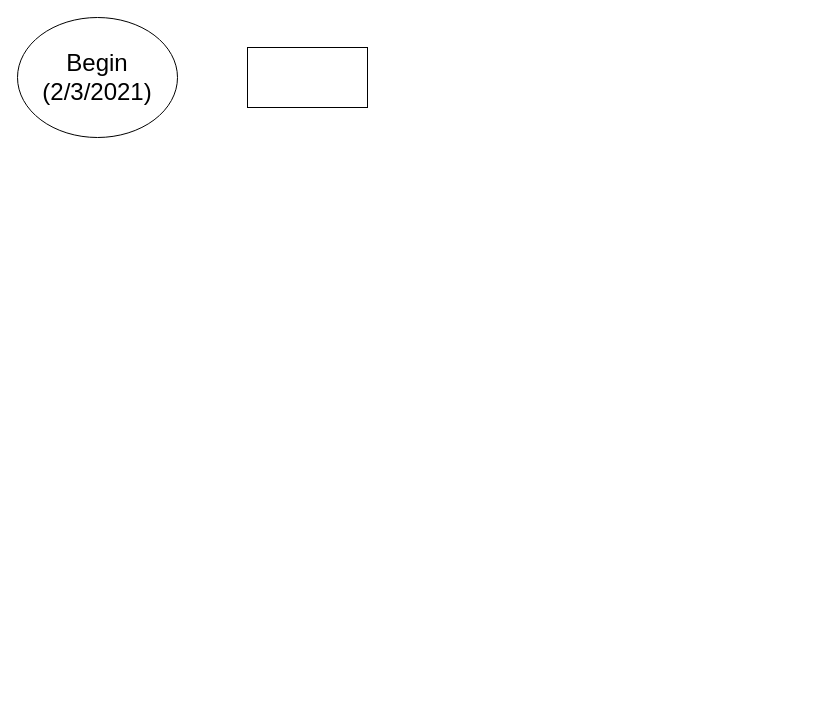
Before: Kế hoạch làm drone.drawio in thongleqwer/flowchart, a draw.io diagram. Source tidied: cells renumbered, new cells numbered last; positions are measured from the earlier drawing's top-left corner, leaving out a move shared by most shapes. Both pictures are drawn from the tidied source at 100%, with x=0, y=0 at pixel (17, 17).
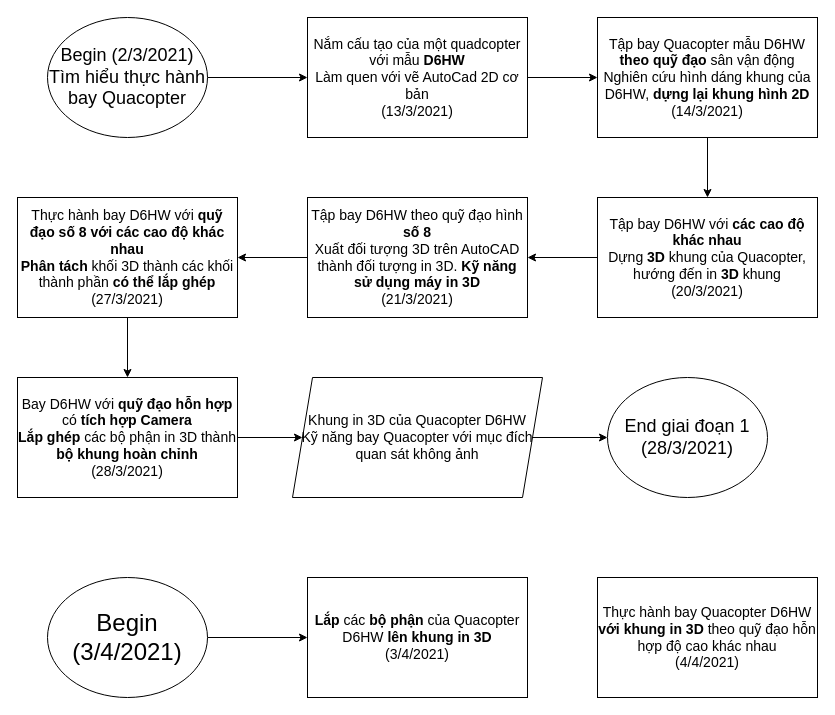
The same page after the edit.

Diff of the diagram source:
```diff
@@
+    <mxCell id="4" style="edgeStyle=orthogonalEdgeStyle;curved=0;rounded=1;sketch=0;jettySize=auto;html=1;exitX=1;exitY=0.5;exitDx=0;exitDy=0;entryX=0;entryY=0.5;entryDx=0;entryDy=0;" parent="1" edge="1" source="2" target="3">
+      <mxGeometry relative="1" as="geometry" />
+    </mxCell>
-    <mxCell id="2" value="&lt;font style=&quot;font-size: 24px&quot;&gt;Begin (2/3/2021)&lt;/font&gt;" style="ellipse;whiteSpace=wrap;html=1;" parent="1" vertex="1">
-      <mxGeometry width="160" height="120" as="geometry" />
+    <mxCell id="2" value="&lt;font&gt;&lt;font style=&quot;font-size: 18px&quot;&gt;Begin (2/3/2021)&lt;br&gt;Tìm hiểu thực hành bay Quacopter&lt;/font&gt;&lt;br&gt;&lt;/font&gt;" style="ellipse;whiteSpace=wrap;html=1;" parent="1" vertex="1">
+      <mxGeometry x="30" width="160" height="120" as="geometry" />
     </mxCell>
+    <mxCell id="5" style="edgeStyle=orthogonalEdgeStyle;curved=0;rounded=1;sketch=0;jettySize=auto;html=1;exitX=1;exitY=0.5;exitDx=0;exitDy=0;entryX=0;entryY=0.5;entryDx=0;entryDy=0;" parent="1" edge="1" source="3" target="7">
+      <mxGeometry relative="1" as="geometry" />
+    </mxCell>
-    <mxCell id="3" style="rounded=0;whiteSpace=wrap;html=1;" parent="1" vertex="1">
-      <mxGeometry x="230" y="30" width="120" height="60" as="geometry" />
+    <mxCell id="3" value="&lt;font style=&quot;font-size: 14px&quot;&gt;Nắm cấu tạo của một quadcopter với mẫu &lt;b&gt;D6HW&lt;/b&gt;&lt;br&gt;Làm quen với vẽ AutoCad 2D cơ bản&lt;br&gt;(13/3/2021)&lt;br&gt;&lt;/font&gt;" style="rounded=0;whiteSpace=wrap;html=1;" parent="1" vertex="1">
+      <mxGeometry x="290" width="220" height="120" as="geometry" />
     </mxCell>
+    <mxCell id="6" style="edgeStyle=orthogonalEdgeStyle;curved=0;rounded=1;sketch=0;jettySize=auto;html=1;exitX=0.5;exitY=1;exitDx=0;exitDy=0;entryX=0.5;entryY=0;entryDx=0;entryDy=0;" parent="1" edge="1" source="7" target="9">
+      <mxGeometry relative="1" as="geometry" />
+    </mxCell>
+    <mxCell id="7" value="&lt;font style=&quot;font-size: 14px&quot;&gt;Tập bay Quacopter mẫu D6HW &lt;b&gt;theo quỹ đạo&lt;/b&gt; sân vận động&lt;br&gt;Nghiên cứu hình dáng khung của D6HW, &lt;b&gt;dựng lại khung hình 2D&lt;/b&gt;&lt;br&gt;(14/3/2021)&lt;/font&gt;" style="rounded=0;whiteSpace=wrap;html=1;sketch=0;" parent="1" vertex="1">
+      <mxGeometry x="580" width="220" height="120" as="geometry" />
+    </mxCell>
+    <mxCell id="8" style="edgeStyle=orthogonalEdgeStyle;curved=0;rounded=1;sketch=0;jettySize=auto;html=1;exitX=0;exitY=0.5;exitDx=0;exitDy=0;entryX=1;entryY=0.5;entryDx=0;entryDy=0;" parent="1" edge="1" source="9" target="11">
+      <mxGeometry relative="1" as="geometry" />
+    </mxCell>
+    <mxCell id="9" value="&lt;font style=&quot;font-size: 14px&quot;&gt;Tập bay D6HW với &lt;b&gt;các cao độ khác nhau&lt;/b&gt;&lt;br&gt;Dựng &lt;b&gt;3D&lt;/b&gt; khung của Quacopter, hướng đến in &lt;b&gt;3D&lt;/b&gt; khung&lt;br&gt;(20/3/2021)&lt;/font&gt;" style="rounded=0;whiteSpace=wrap;html=1;sketch=0;" parent="1" vertex="1">
+      <mxGeometry x="580" y="180" width="220" height="120" as="geometry" />
+    </mxCell>
+    <mxCell id="10" style="edgeStyle=orthogonalEdgeStyle;curved=0;rounded=1;sketch=0;jettySize=auto;html=1;exitX=0;exitY=0.5;exitDx=0;exitDy=0;entryX=1;entryY=0.5;entryDx=0;entryDy=0;" parent="1" edge="1" source="11" target="13">
+      <mxGeometry relative="1" as="geometry" />
+    </mxCell>
+    <mxCell id="11" value="&lt;font style=&quot;font-size: 14px&quot;&gt;Tập bay D6HW theo quỹ đạo hình &lt;b&gt;số 8&lt;/b&gt;&lt;br&gt;Xuất đối tượng 3D trên AutoCAD thành đối tượng in 3D. &lt;b&gt;Kỹ năng sử dụng máy in 3D&lt;/b&gt;&lt;br&gt;(21/3/2021)&lt;/font&gt;" style="rounded=0;whiteSpace=wrap;html=1;sketch=0;" parent="1" vertex="1">
+      <mxGeometry x="290" y="180" width="220" height="120" as="geometry" />
+    </mxCell>
+    <mxCell id="12" style="edgeStyle=orthogonalEdgeStyle;curved=0;rounded=1;sketch=0;jettySize=auto;html=1;exitX=0.5;exitY=1;exitDx=0;exitDy=0;entryX=0.5;entryY=0;entryDx=0;entryDy=0;" parent="1" edge="1" source="13" target="15">
+      <mxGeometry relative="1" as="geometry" />
+    </mxCell>
+    <mxCell id="13" value="&lt;span style=&quot;font-size: 14px&quot;&gt;Thực hành bay D6HW với &lt;b&gt;quỹ đạo số 8 với các cao độ khác nhau&lt;/b&gt;&lt;br&gt;&lt;b&gt;Phân tách&lt;/b&gt; khối 3D thành các khối thành phần &lt;b&gt;có thể lắp ghép&lt;/b&gt;&lt;br&gt;(27/3/2021)&lt;br&gt;&lt;/span&gt;" style="rounded=0;whiteSpace=wrap;html=1;sketch=0;" parent="1" vertex="1">
+      <mxGeometry y="180" width="220" height="120" as="geometry" />
+    </mxCell>
+    <mxCell id="14" style="edgeStyle=orthogonalEdgeStyle;curved=0;rounded=1;sketch=0;jettySize=auto;html=1;exitX=1;exitY=0.5;exitDx=0;exitDy=0;entryX=0;entryY=0.5;entryDx=0;entryDy=0;" parent="1" edge="1" source="15" target="17">
+      <mxGeometry relative="1" as="geometry" />
+    </mxCell>
+    <mxCell id="15" value="&lt;span style=&quot;font-size: 14px&quot;&gt;Bay D6HW với &lt;b&gt;quỹ đạo hỗn hợp&lt;/b&gt; có &lt;b&gt;tích hợp Camera&lt;/b&gt;&lt;br&gt;&lt;b&gt;Lắp ghép&lt;/b&gt; các bộ phận in 3D thành &lt;b&gt;bộ khung hoàn chỉnh&lt;br&gt;&lt;/b&gt;(28/3/2021)&lt;br&gt;&lt;/span&gt;" style="rounded=0;whiteSpace=wrap;html=1;sketch=0;" parent="1" vertex="1">
+      <mxGeometry y="360" width="220" height="120" as="geometry" />
+    </mxCell>
+    <mxCell id="16" style="edgeStyle=orthogonalEdgeStyle;curved=0;rounded=1;sketch=0;jettySize=auto;html=1;exitX=1;exitY=0.5;exitDx=0;exitDy=0;entryX=0;entryY=0.5;entryDx=0;entryDy=0;" parent="1" edge="1" source="17" target="18">
+      <mxGeometry relative="1" as="geometry" />
+    </mxCell>
+    <mxCell id="17" value="&lt;font style=&quot;font-size: 14px&quot;&gt;Khung in 3D của Quacopter D6HW&lt;br&gt;Kỹ năng bay Quacopter với mục đích quan sát không ảnh&lt;/font&gt;" style="shape=parallelogram;perimeter=parallelogramPerimeter;whiteSpace=wrap;html=1;fixedSize=1;rounded=0;sketch=0;" parent="1" vertex="1">
+      <mxGeometry x="275" y="360" width="250" height="120" as="geometry" />
+    </mxCell>
+    <mxCell id="18" value="&lt;font&gt;&lt;font style=&quot;font-size: 18px&quot;&gt;End giai đoạn 1&lt;br&gt;(28/3/2021)&lt;/font&gt;&lt;br&gt;&lt;/font&gt;" style="ellipse;whiteSpace=wrap;html=1;" parent="1" vertex="1">
+      <mxGeometry x="590" y="360" width="160" height="120" as="geometry" />
+    </mxCell>
+    <mxCell id="19" style="edgeStyle=orthogonalEdgeStyle;curved=0;rounded=1;sketch=0;jettySize=auto;html=1;exitX=1;exitY=0.5;exitDx=0;exitDy=0;" parent="1" edge="1" source="20" target="21">
+      <mxGeometry relative="1" as="geometry" />
+    </mxCell>
+    <mxCell id="20" value="&lt;font style=&quot;font-size: 24px&quot;&gt;Begin (3/4/2021)&lt;/font&gt;" style="ellipse;whiteSpace=wrap;html=1;" parent="1" vertex="1">
+      <mxGeometry x="30" y="560" width="160" height="120" as="geometry" />
+    </mxCell>
+    <mxCell id="21" value="&lt;font style=&quot;font-size: 14px&quot;&gt;&lt;b&gt;Lắp&lt;/b&gt; các&lt;b&gt; bộ phận&lt;/b&gt; của Quacopter D6HW &lt;b&gt;lên khung in 3D&lt;/b&gt;&lt;br&gt;(3/4/2021)&lt;/font&gt;" style="rounded=0;whiteSpace=wrap;html=1;sketch=0;" parent="1" vertex="1">
+      <mxGeometry x="290" y="560" width="220" height="120" as="geometry" />
+    </mxCell>
+    <mxCell id="22" value="&lt;font style=&quot;font-size: 14px&quot;&gt;Thực hành bay Quacopter D6HW &lt;b&gt;với khung in 3D&lt;/b&gt; theo quỹ đạo hỗn hợp độ cao khác nhau&lt;br&gt;(4/4/2021)&lt;/font&gt;" style="rounded=0;whiteSpace=wrap;html=1;sketch=0;" parent="1" vertex="1">
+      <mxGeometry x="580" y="560" width="220" height="120" as="geometry" />
+    </mxCell>
```
